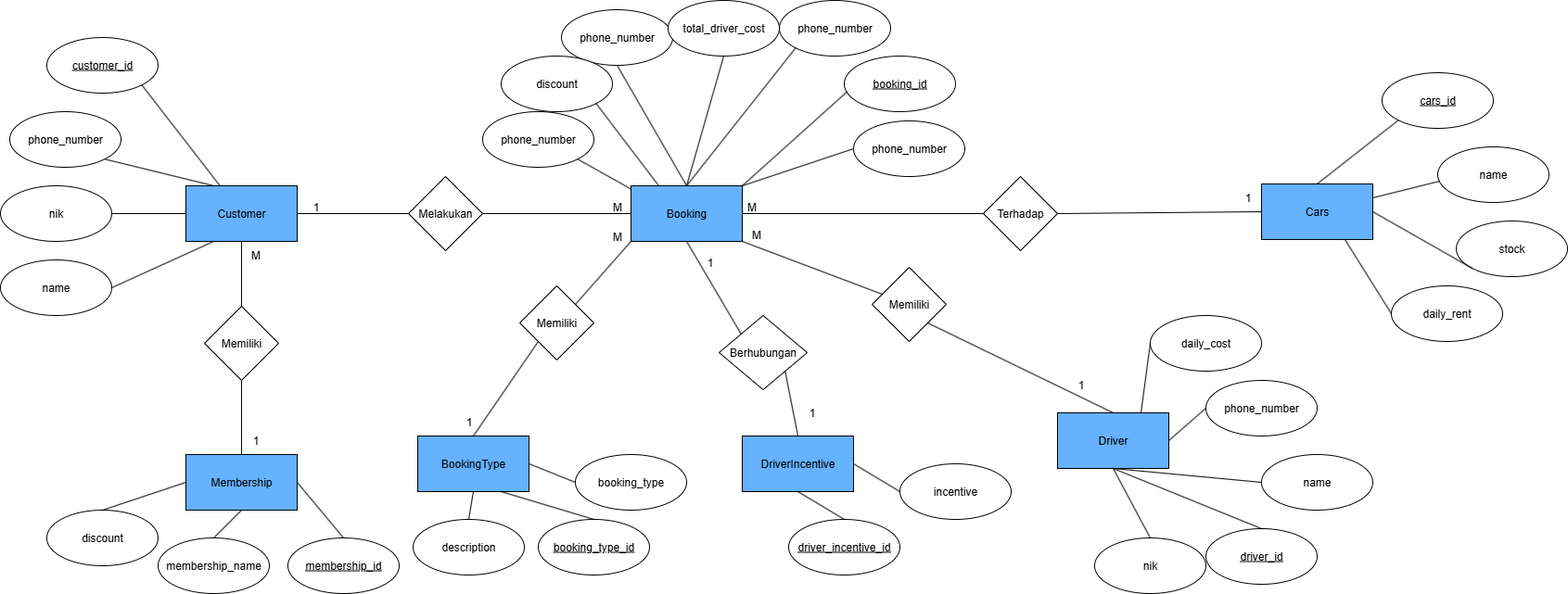
Before: archive/V2.png, a diagram exported from draw.io (AtharAdista/car-rental-BE). Source tidied: cells renumbered, new cells last; positions are measured from the earlier drawing's top-left corner, leaving out a move shared by most shapes.
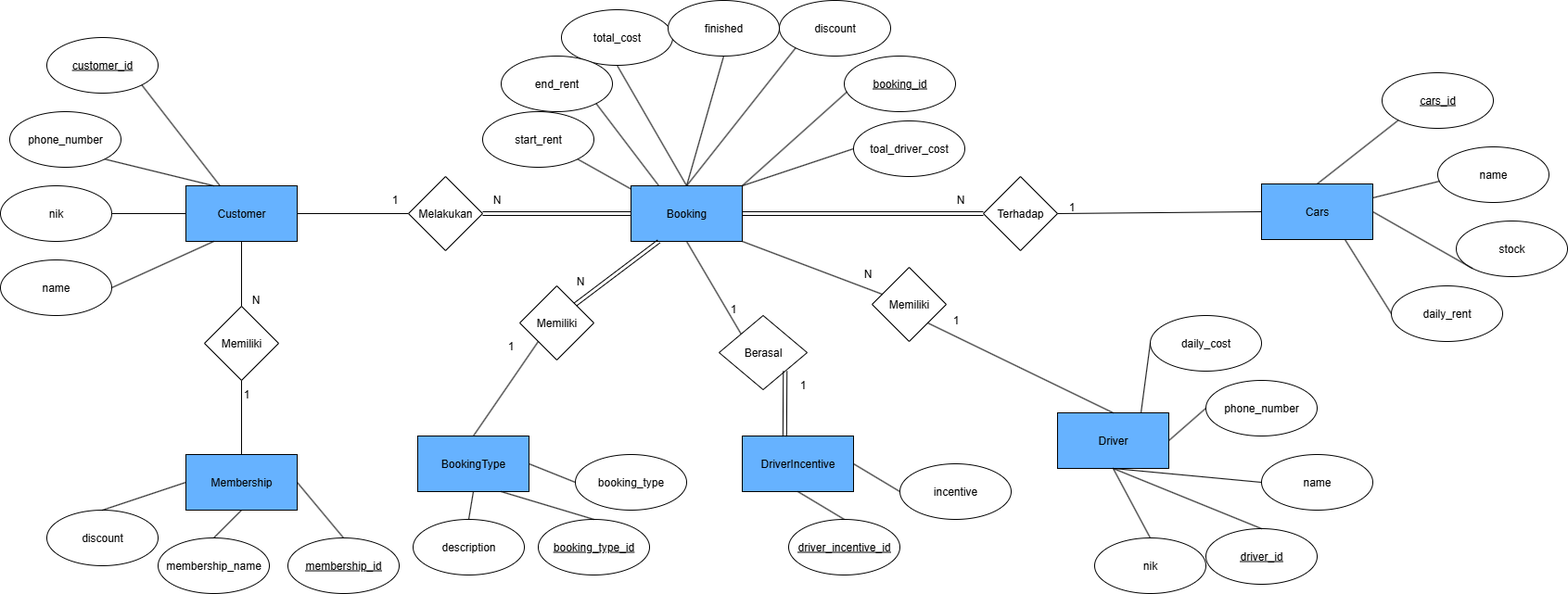
After the commit.

Change to the diagram source:
```diff
@@ -47,16 +47,16 @@
     <mxCell id="16" value="&lt;u&gt;cars_id&lt;/u&gt;" style="ellipse;whiteSpace=wrap;html=1;" parent="1" vertex="1">
       <mxGeometry x="1490" y="78" width="120" height="60" as="geometry" />
     </mxCell>
-    <mxCell id="17" value="phone_number" style="ellipse;whiteSpace=wrap;html=1;" parent="1" vertex="1">
+    <mxCell id="17" value="start_rent" style="ellipse;whiteSpace=wrap;html=1;" parent="1" vertex="1">
       <mxGeometry x="520" y="120" width="120" height="60" as="geometry" />
     </mxCell>
-    <mxCell id="18" value="phone_number" style="ellipse;whiteSpace=wrap;html=1;" parent="1" vertex="1">
+    <mxCell id="18" value="total_cost" style="ellipse;whiteSpace=wrap;html=1;" parent="1" vertex="1">
       <mxGeometry x="605" y="10" width="120" height="60" as="geometry" />
     </mxCell>
-    <mxCell id="19" value="phone_number" style="ellipse;whiteSpace=wrap;html=1;" parent="1" vertex="1">
+    <mxCell id="19" value="toal_driver_cost" style="ellipse;whiteSpace=wrap;html=1;" parent="1" vertex="1">
       <mxGeometry x="920" y="130" width="120" height="60" as="geometry" />
     </mxCell>
-    <mxCell id="20" value="phone_number" style="ellipse;whiteSpace=wrap;html=1;" parent="1" vertex="1">
+    <mxCell id="20" value="discount" style="ellipse;whiteSpace=wrap;html=1;" parent="1" vertex="1">
       <mxGeometry x="840" width="120" height="60" as="geometry" />
     </mxCell>
     <mxCell id="21" style="endArrow=none;html=1;rounded=0;entryX=0;entryY=1;entryDx=0;entryDy=0;exitX=0.5;exitY=0;exitDx=0;exitDy=0;" parent="1" edge="1" source="3" target="16">
@@ -84,26 +84,20 @@
     <mxCell id="27" value="Terhadap" style="rhombus;whiteSpace=wrap;html=1;" parent="1" vertex="1">
       <mxGeometry x="1060" y="190" width="80" height="80" as="geometry" />
     </mxCell>
-    <mxCell id="28" style="endArrow=none;html=1;rounded=0;exitX=1;exitY=0.5;exitDx=0;exitDy=0;entryX=0;entryY=0.5;entryDx=0;entryDy=0;" parent="1" edge="1" source="26" target="25">
-      <mxGeometry relative="1" as="geometry" />
-    </mxCell>
-    <mxCell id="29" style="endArrow=none;html=1;rounded=0;exitX=1;exitY=0.5;exitDx=0;exitDy=0;entryX=0;entryY=0.5;entryDx=0;entryDy=0;" parent="1" edge="1" source="25" target="27">
-      <mxGeometry relative="1" as="geometry" />
-    </mxCell>
     <mxCell id="30" style="endArrow=none;html=1;rounded=0;entryX=0;entryY=0.5;entryDx=0;entryDy=0;exitX=1;exitY=0.5;exitDx=0;exitDy=0;" parent="1" edge="1" source="27" target="3">
       <mxGeometry relative="1" as="geometry" />
     </mxCell>
     <mxCell id="31" value="1" style="text;html=1;align=center;verticalAlign=middle;strokeColor=none;fillColor=none;" parent="1" vertex="1">
-      <mxGeometry x="325" y="208" width="30" height="30" as="geometry" />
+      <mxGeometry x="410" y="200" width="30" height="30" as="geometry" />
     </mxCell>
-    <mxCell id="32" value="M" style="text;html=1;align=center;verticalAlign=middle;strokeColor=none;fillColor=none;" parent="1" vertex="1">
-      <mxGeometry x="650" y="208" width="30" height="30" as="geometry" />
+    <mxCell id="32" value="N" style="text;html=1;align=center;verticalAlign=middle;strokeColor=none;fillColor=none;" parent="1" vertex="1">
+      <mxGeometry x="520" y="200" width="30" height="30" as="geometry" />
     </mxCell>
-    <mxCell id="33" value="M" style="text;html=1;align=center;verticalAlign=middle;strokeColor=none;fillColor=none;" parent="1" vertex="1">
-      <mxGeometry x="795" y="208" width="30" height="30" as="geometry" />
+    <mxCell id="33" value="N" style="text;html=1;align=center;verticalAlign=middle;strokeColor=none;fillColor=none;" parent="1" vertex="1">
+      <mxGeometry x="1020" y="200" width="30" height="30" as="geometry" />
     </mxCell>
     <mxCell id="34" value="1" style="text;html=1;align=center;verticalAlign=middle;strokeColor=none;fillColor=none;" parent="1" vertex="1">
-      <mxGeometry x="1330" y="198" width="30" height="30" as="geometry" />
+      <mxGeometry x="1140" y="208" width="30" height="30" as="geometry" />
     </mxCell>
     <mxCell id="35" style="endArrow=none;html=1;rounded=0;entryX=1;entryY=1;entryDx=0;entryDy=0;" parent="1" edge="1" source="2" target="15">
       <mxGeometry relative="1" as="geometry" />
@@ -156,10 +150,10 @@
     <mxCell id="51" value="daily_cost" style="ellipse;whiteSpace=wrap;html=1;" parent="1" vertex="1">
       <mxGeometry x="1240" y="340" width="120" height="60" as="geometry" />
     </mxCell>
-    <mxCell id="52" value="discount" style="ellipse;whiteSpace=wrap;html=1;" parent="1" vertex="1">
+    <mxCell id="52" value="end_rent" style="ellipse;whiteSpace=wrap;html=1;" parent="1" vertex="1">
       <mxGeometry x="540" y="60" width="120" height="60" as="geometry" />
     </mxCell>
-    <mxCell id="53" value="total_driver_cost" style="ellipse;whiteSpace=wrap;html=1;" parent="1" vertex="1">
+    <mxCell id="53" value="finished" style="ellipse;whiteSpace=wrap;html=1;" parent="1" vertex="1">
       <mxGeometry x="720" width="120" height="60" as="geometry" />
     </mxCell>
     <mxCell id="54" style="endArrow=none;html=1;rounded=0;entryX=0.5;entryY=1;entryDx=0;entryDy=0;" parent="1" edge="1" source="37" target="2">
@@ -178,10 +172,10 @@
       <mxGeometry relative="1" as="geometry" />
     </mxCell>
     <mxCell id="59" value="1" style="text;html=1;align=center;verticalAlign=middle;strokeColor=none;fillColor=none;" parent="1" vertex="1">
-      <mxGeometry x="260" y="460" width="30" height="30" as="geometry" />
+      <mxGeometry x="250" y="410" width="30" height="30" as="geometry" />
     </mxCell>
-    <mxCell id="60" value="M" style="text;html=1;align=center;verticalAlign=middle;strokeColor=none;fillColor=none;" parent="1" vertex="1">
-      <mxGeometry x="260" y="260" width="30" height="30" as="geometry" />
+    <mxCell id="60" value="N" style="text;html=1;align=center;verticalAlign=middle;strokeColor=none;fillColor=none;" parent="1" vertex="1">
+      <mxGeometry x="260" y="308" width="30" height="30" as="geometry" />
     </mxCell>
     <mxCell id="61" style="endArrow=none;html=1;rounded=0;entryX=1;entryY=1;entryDx=0;entryDy=0;" parent="1" edge="1" target="52">
       <mxGeometry relative="1" as="geometry">
@@ -209,9 +203,6 @@
     <mxCell id="68" value="Memiliki" style="rhombus;whiteSpace=wrap;html=1;" parent="1" vertex="1">
       <mxGeometry x="940" y="288" width="80" height="80" as="geometry" />
     </mxCell>
-    <mxCell id="69" style="endArrow=none;html=1;rounded=0;entryX=0;entryY=1;entryDx=0;entryDy=0;exitX=1;exitY=0;exitDx=0;exitDy=0;" parent="1" edge="1" source="67" target="25">
-      <mxGeometry relative="1" as="geometry" />
-    </mxCell>
     <mxCell id="70" style="endArrow=none;html=1;rounded=0;entryX=0;entryY=1;entryDx=0;entryDy=0;exitX=0.5;exitY=0;exitDx=0;exitDy=0;" parent="1" edge="1" source="42" target="67">
       <mxGeometry relative="1" as="geometry" />
     </mxCell>
@@ -231,34 +222,31 @@
       <mxGeometry relative="1" as="geometry" />
     </mxCell>
     <mxCell id="76" value="1" style="text;html=1;align=center;verticalAlign=middle;strokeColor=none;fillColor=none;" parent="1" vertex="1">
-      <mxGeometry x="490" y="440" width="30" height="30" as="geometry" />
+      <mxGeometry x="535" y="358" width="30" height="30" as="geometry" />
     </mxCell>
-    <mxCell id="77" value="M" style="text;html=1;align=center;verticalAlign=middle;strokeColor=none;fillColor=none;" parent="1" vertex="1">
-      <mxGeometry x="650" y="240" width="30" height="30" as="geometry" />
+    <mxCell id="77" value="N" style="text;html=1;align=center;verticalAlign=middle;strokeColor=none;fillColor=none;" parent="1" vertex="1">
+      <mxGeometry x="610" y="288" width="30" height="30" as="geometry" />
     </mxCell>
-    <mxCell id="78" value="M" style="text;html=1;align=center;verticalAlign=middle;strokeColor=none;fillColor=none;" parent="1" vertex="1">
-      <mxGeometry x="800" y="238" width="30" height="30" as="geometry" />
+    <mxCell id="78" value="N" style="text;html=1;align=center;verticalAlign=middle;strokeColor=none;fillColor=none;" parent="1" vertex="1">
+      <mxGeometry x="920" y="280" width="30" height="30" as="geometry" />
     </mxCell>
     <mxCell id="79" value="1" style="text;html=1;align=center;verticalAlign=middle;strokeColor=none;fillColor=none;" parent="1" vertex="1">
-      <mxGeometry x="1150" y="400" width="30" height="30" as="geometry" />
+      <mxGeometry x="1015" y="330" width="30" height="30" as="geometry" />
     </mxCell>
     <mxCell id="80" value="DriverIncentive" style="rounded=0;whiteSpace=wrap;html=1;fillColor=#66B2FF;" parent="1" vertex="1">
       <mxGeometry x="800" y="470" width="120" height="60" as="geometry" />
     </mxCell>
-    <mxCell id="81" value="Berhubungan" style="rhombus;whiteSpace=wrap;html=1;" parent="1" vertex="1">
+    <mxCell id="81" value="Berasal" style="rhombus;whiteSpace=wrap;html=1;" parent="1" vertex="1">
       <mxGeometry x="775" y="340" width="95" height="80" as="geometry" />
     </mxCell>
     <mxCell id="82" style="endArrow=none;html=1;rounded=0;entryX=0.5;entryY=1;entryDx=0;entryDy=0;exitX=0;exitY=0;exitDx=0;exitDy=0;" parent="1" edge="1" source="81" target="25">
       <mxGeometry relative="1" as="geometry" />
     </mxCell>
-    <mxCell id="83" style="endArrow=none;html=1;rounded=0;entryX=1;entryY=1;entryDx=0;entryDy=0;exitX=0.5;exitY=0;exitDx=0;exitDy=0;" parent="1" edge="1" source="80" target="81">
-      <mxGeometry relative="1" as="geometry" />
-    </mxCell>
     <mxCell id="84" value="1" style="text;html=1;align=center;verticalAlign=middle;strokeColor=none;fillColor=none;" parent="1" vertex="1">
-      <mxGeometry x="750" y="268" width="30" height="30" as="geometry" />
+      <mxGeometry x="775" y="318" width="30" height="30" as="geometry" />
     </mxCell>
     <mxCell id="85" value="1" style="text;html=1;align=center;verticalAlign=middle;strokeColor=none;fillColor=none;" parent="1" vertex="1">
-      <mxGeometry x="860" y="430" width="30" height="30" as="geometry" />
+      <mxGeometry x="850" y="400" width="30" height="30" as="geometry" />
     </mxCell>
     <mxCell id="86" value="&lt;u&gt;driver_incentive_id&lt;/u&gt;" style="ellipse;whiteSpace=wrap;html=1;" parent="1" vertex="1">
       <mxGeometry x="850" y="560" width="120" height="60" as="geometry" />
@@ -287,5 +275,19 @@
     <mxCell id="94" style="endArrow=none;html=1;rounded=0;entryX=0.5;entryY=0;entryDx=0;entryDy=0;exitX=0.5;exitY=1;exitDx=0;exitDy=0;" parent="1" edge="1" source="80" target="86">
       <mxGeometry relative="1" as="geometry" />
     </mxCell>
+    <mxCell id="95" style="shape=link;html=1;rounded=0;entryX=0;entryY=0.5;entryDx=0;entryDy=0;" parent="1" edge="1" target="25">
+      <mxGeometry relative="1" as="geometry">
+        <mxPoint x="520" y="230" as="sourcePoint" />
+      </mxGeometry>
+    </mxCell>
+    <mxCell id="29" style="shape=link;html=1;rounded=0;exitX=1;exitY=0.5;exitDx=0;exitDy=0;entryX=0;entryY=0.5;entryDx=0;entryDy=0;" parent="1" edge="1" source="25" target="27">
+      <mxGeometry relative="1" as="geometry" />
+    </mxCell>
+    <mxCell id="69" style="shape=link;html=1;rounded=0;entryX=0.25;entryY=1;entryDx=0;entryDy=0;exitX=1;exitY=0;exitDx=0;exitDy=0;" parent="1" edge="1" source="67" target="25">
+      <mxGeometry relative="1" as="geometry" />
+    </mxCell>
+    <mxCell id="96" style="shape=link;html=1;rounded=0;exitX=1;exitY=1;exitDx=0;exitDy=0;entryX=0.382;entryY=0.01;entryDx=0;entryDy=0;entryPerimeter=0;" parent="1" edge="1" source="81" target="80">
+      <mxGeometry relative="1" as="geometry" />
+    </mxCell>
   </root>
 </mxGraphModel>
```
